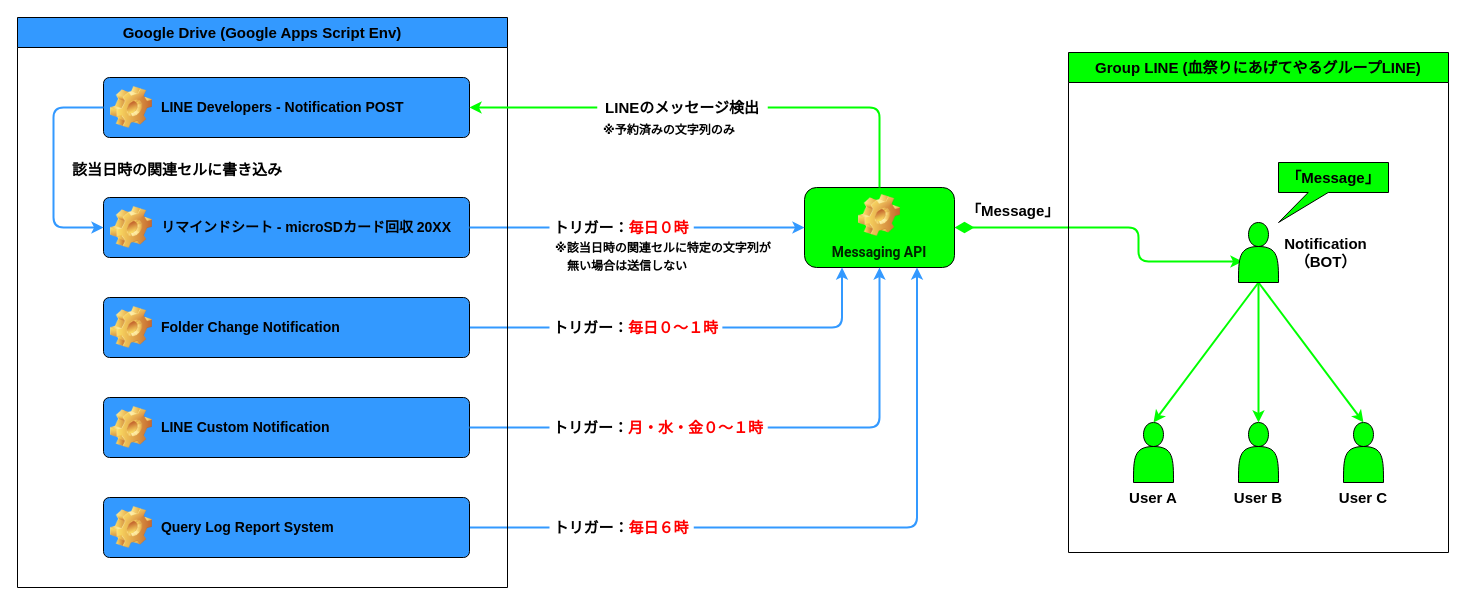
virtualitypage/draw.io keeps this draw.io diagram as GAS 時限式スクリプトのプロセスフロー図.drawio. Above is the earlier version. Source tidied: cells renumbered, new cells numbered last; positions are measured from the earlier drawing's top-left corner, leaving out a move shared by most shapes. Both pictures are drawn from the tidied source at 100%, with x=0, y=0 at pixel (17, 17).
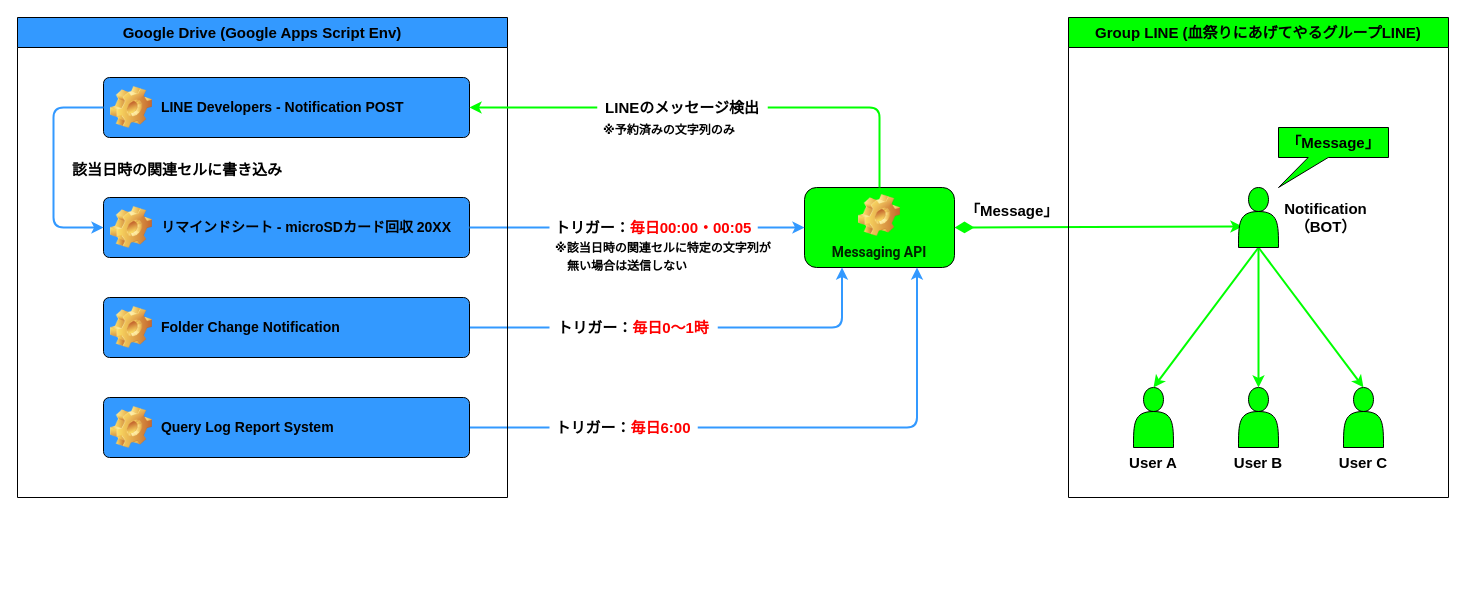
The same diagram, later.

Commit message:
GAS 時限式スクリプトのプロセスフロー図.drawio を更新します

Unchanged cells that the change refers to:
```xml
<mxCell id="5" value="&lt;span style=&quot;color: rgba(0, 0, 0, 0.87); font-family: Roboto, Meiryo, -apple-system, system-ui, &amp;quot;system-ui&amp;quot;, &amp;quot;Segoe UI&amp;quot;, &amp;quot;Helvetica Neue&amp;quot;, &amp;quot;Segoe UI Emoji&amp;quot;, &amp;quot;Segoe UI Symbol&amp;quot;, &amp;quot;Apple Color Emoji&amp;quot;, &amp;quot;Noto Color Emoji&amp;quot;, &amp;quot;Noto Emoji&amp;quot;, sans-serif, Arial; font-size: 13.8667px;&quot;&gt;Messaging API&lt;/span&gt;" style="label;whiteSpace=wrap;html=1;align=center;verticalAlign=bottom;spacingLeft=0;spacingBottom=4;imageAlign=center;imageVerticalAlign=top;image=img/clipart/Gear_128x128.png;fillColor=#00FF00;" parent="1" vertex="1">
  <mxGeometry x="787" y="170" width="150" height="80" as="geometry" />
</mxCell>
<mxCell id="27" style="shape=actor;whiteSpace=wrap;html=1;fillColor=#00FF00;" parent="26" vertex="1">
  <mxGeometry x="25" width="40" height="60" as="geometry" />
</mxCell>
```

What changed in the source:
```diff
@@
-    <mxCell id="4" value="&lt;span style=&quot;font-size: 14px; text-align: center; background-color: transparent; color: light-dark(rgb(0, 0, 0), rgb(255, 255, 255));&quot;&gt;&amp;nbsp;&lt;/span&gt;&lt;span style=&quot;text-align: center;&quot;&gt;&lt;font style=&quot;font-size: 14px;&quot;&gt;LINE Custom Notification&lt;/font&gt;&lt;/span&gt;" style="label;whiteSpace=wrap;html=1;image=img/clipart/Gear_128x128.png;arcSize=10;fillColor=#3399FF;" parent="1" vertex="1">
-      <mxGeometry x="86" y="380" width="366" height="60" as="geometry" />
-    </mxCell>
@@
-    <mxCell id="6" style="elbow=vertical;html=1;rounded=1;sourcePerimeterSpacing=0;targetPerimeterSpacing=0;startSize=6;endSize=6;endArrow=none;endFill=0;startArrow=none;startFill=0;entryX=1;entryY=0.5;entryDx=0;entryDy=0;exitX=0;exitY=0.5;exitDx=0;exitDy=0;strokeWidth=2;strokeColor=#3399FF;" parent="1" edge="1" source="35" target="4">
-      <mxGeometry relative="1" as="geometry" />
-    </mxCell>
@@
-    <mxCell id="11" value="&lt;b&gt;&lt;font style=&quot;font-size: 15px;&quot;&gt;「Message」&lt;/font&gt;&lt;/b&gt;" style="endArrow=classic;html=1;endSize=6;startArrow=diamondThin;startSize=14;startFill=1;edgeStyle=orthogonalEdgeStyle;align=left;verticalAlign=bottom;rounded=1;exitX=1;exitY=0.5;exitDx=0;exitDy=0;curved=0;endFill=1;strokeColor=#00FF00;strokeWidth=2;entryX=0.1;entryY=0.65;entryDx=0;entryDy=0;entryPerimeter=0;" parent="1" edge="1" source="5" target="27">
-      <mxGeometry x="-0.94" y="5" relative="1" as="geometry">
-        <Array as="points">
-          <mxPoint x="1121" y="210" />
-          <mxPoint x="1121" y="244" />
-        </Array>
-      </mxGeometry>
+    <mxCell id="11" value="&lt;b&gt;&lt;font style=&quot;font-size: 15px;&quot;&gt;「Message」&lt;/font&gt;&lt;/b&gt;" style="endArrow=classic;html=1;endSize=6;startArrow=diamondThin;startSize=14;startFill=1;align=left;verticalAlign=bottom;rounded=1;exitX=1;exitY=0.5;exitDx=0;exitDy=0;endFill=1;strokeColor=#00FF00;strokeWidth=2;entryX=0.1;entryY=0.65;entryDx=0;entryDy=0;entryPerimeter=0;" parent="1" edge="1" source="5" target="27">
+      <mxGeometry x="-0.94" y="5" relative="1" as="geometry" />
     </mxCell>
     <mxCell id="12" value="&lt;font style=&quot;font-size: 15px;&quot;&gt;Group LINE (血祭りにあげてやるグループLINE)&lt;/font&gt;" style="swimlane;whiteSpace=wrap;html=1;startSize=30;fillColor=#00FF00;" parent="1" vertex="1">
-      <mxGeometry x="1051" y="35" width="380" height="500" as="geometry" />
+      <mxGeometry x="1051" width="380" height="480" as="geometry" />
     </mxCell>
@@
-    <mxCell id="31" value="トリガー：&lt;font color=&quot;#ff0000&quot;&gt;毎日０時&lt;/font&gt;" style="text;html=1;align=center;verticalAlign=middle;whiteSpace=wrap;rounded=0;fontStyle=1;fillColor=default;fontSize=15;" parent="1" vertex="1">
-      <mxGeometry x="532.2" y="195" width="143.8" height="30" as="geometry" />
+    <mxCell id="31" value="トリガー：&lt;font color=&quot;#ff0000&quot;&gt;毎日00:00・00:05&lt;/font&gt;" style="text;html=1;align=center;verticalAlign=middle;whiteSpace=wrap;rounded=0;fontStyle=1;fillColor=default;fontSize=15;" parent="1" vertex="1">
+      <mxGeometry x="532.2" y="195" width="207.8" height="30" as="geometry" />
     </mxCell>
@@
-    <mxCell id="33" value="トリガー：&lt;font style=&quot;color: rgb(255, 0, 0);&quot;&gt;毎日０〜１&lt;span style=&quot;background-color: transparent;&quot;&gt;時&lt;/span&gt;&lt;/font&gt;" style="text;html=1;align=center;verticalAlign=middle;whiteSpace=wrap;rounded=0;fontStyle=1;fillColor=default;fontSize=15;" parent="1" vertex="1">
-      <mxGeometry x="532.2" y="295" width="172.5" height="30" as="geometry" />
+    <mxCell id="33" value="トリガー：&lt;font style=&quot;color: rgb(255, 0, 0);&quot;&gt;毎日0〜1&lt;span style=&quot;background-color: transparent;&quot;&gt;時&lt;/span&gt;&lt;/font&gt;" style="text;html=1;align=center;verticalAlign=middle;whiteSpace=wrap;rounded=0;fontStyle=1;fillColor=default;fontSize=15;" parent="1" vertex="1">
+      <mxGeometry x="532.2" y="295" width="167.8" height="30" as="geometry" />
     </mxCell>
-    <mxCell id="34" style="edgeStyle=elbowEdgeStyle;elbow=vertical;html=1;rounded=1;curved=0;sourcePerimeterSpacing=0;targetPerimeterSpacing=0;startSize=6;endSize=6;endArrow=none;endFill=0;startArrow=classic;startFill=1;entryX=1;entryY=0.5;entryDx=0;entryDy=0;exitX=0.5;exitY=1;exitDx=0;exitDy=0;strokeWidth=2;strokeColor=#3399FF;" parent="1" edge="1" source="5" target="35">
-      <mxGeometry relative="1" as="geometry">
-        <Array as="points">
-          <mxPoint x="606" y="410" />
-        </Array>
-      </mxGeometry>
-    </mxCell>
-    <mxCell id="35" value="トリガー：&lt;font style=&quot;color: rgb(255, 0, 0);&quot;&gt;月・水・金０〜１&lt;span style=&quot;background-color: transparent;&quot;&gt;時&lt;/span&gt;&lt;/font&gt;" style="text;html=1;align=center;verticalAlign=middle;whiteSpace=wrap;rounded=0;fontStyle=1;fillColor=default;fontSize=15;" parent="1" vertex="1">
-      <mxGeometry x="532.2" y="395" width="217.8" height="30" as="geometry" />
-    </mxCell>
     <mxCell id="36" style="edgeStyle=elbowEdgeStyle;elbow=vertical;html=1;rounded=1;curved=0;sourcePerimeterSpacing=0;targetPerimeterSpacing=0;startSize=6;endSize=6;endArrow=none;endFill=0;startArrow=classic;startFill=1;entryX=1;entryY=0.5;entryDx=0;entryDy=0;exitX=0.75;exitY=1;exitDx=0;exitDy=0;strokeWidth=2;strokeColor=#3399FF;" parent="1" edge="1" source="5" target="37">
       <mxGeometry relative="1" as="geometry">
         <Array as="points">
-          <mxPoint x="776" y="510" />
+          <mxPoint x="780" y="410" />
         </Array>
       </mxGeometry>
     </mxCell>
-    <mxCell id="37" value="トリガー：&lt;font style=&quot;color: rgb(255, 0, 0);&quot;&gt;毎日６時&lt;/font&gt;" style="text;html=1;align=center;verticalAlign=middle;whiteSpace=wrap;rounded=0;fontStyle=1;fillColor=default;fontSize=15;" parent="1" vertex="1">
-      <mxGeometry x="532.2" y="495" width="143.8" height="30" as="geometry" />
+    <mxCell id="37" value="トリガー：&lt;font style=&quot;color: rgb(255, 0, 0);&quot;&gt;毎日6:00&lt;/font&gt;" style="text;html=1;align=center;verticalAlign=middle;whiteSpace=wrap;rounded=0;fontStyle=1;fillColor=default;fontSize=15;" parent="1" vertex="1">
+      <mxGeometry x="532.2" y="395" width="147.8" height="30" as="geometry" />
     </mxCell>
     <mxCell id="38" value="&lt;font style=&quot;font-size: 15px;&quot;&gt;Google Drive (Google Apps Script Env)&lt;/font&gt;" style="swimlane;whiteSpace=wrap;html=1;startSize=30;fillColor=#3399FF;" parent="1" vertex="1">
-      <mxGeometry width="490" height="570" as="geometry" />
+      <mxGeometry width="490" height="480" as="geometry" />
     </mxCell>
@@
+    <mxCell id="41" value="&lt;span style=&quot;font-size: 14px; text-align: center; background-color: transparent; color: light-dark(rgb(0, 0, 0), rgb(255, 255, 255));&quot;&gt;&amp;nbsp;&lt;/span&gt;&lt;b style=&quot;text-align: center;&quot;&gt;&lt;font style=&quot;font-size: 14px;&quot;&gt;Query Log Report System&lt;/font&gt;&lt;/b&gt;" style="label;whiteSpace=wrap;html=1;image=img/clipart/Gear_128x128.png;arcSize=10;fillColor=#3399FF;" parent="38" vertex="1">
+      <mxGeometry x="86" y="380" width="366" height="60" as="geometry" />
+    </mxCell>
@@
-    <mxCell id="41" value="&lt;span style=&quot;font-size: 14px; text-align: center; background-color: transparent; color: light-dark(rgb(0, 0, 0), rgb(255, 255, 255));&quot;&gt;&amp;nbsp;&lt;/span&gt;&lt;b style=&quot;text-align: center;&quot;&gt;&lt;font style=&quot;font-size: 14px;&quot;&gt;Query Log Report System&lt;/font&gt;&lt;/b&gt;" style="label;whiteSpace=wrap;html=1;image=img/clipart/Gear_128x128.png;arcSize=10;fillColor=#3399FF;" parent="1" vertex="1">
-      <mxGeometry x="86" y="480" width="366" height="60" as="geometry" />
-    </mxCell>
```
